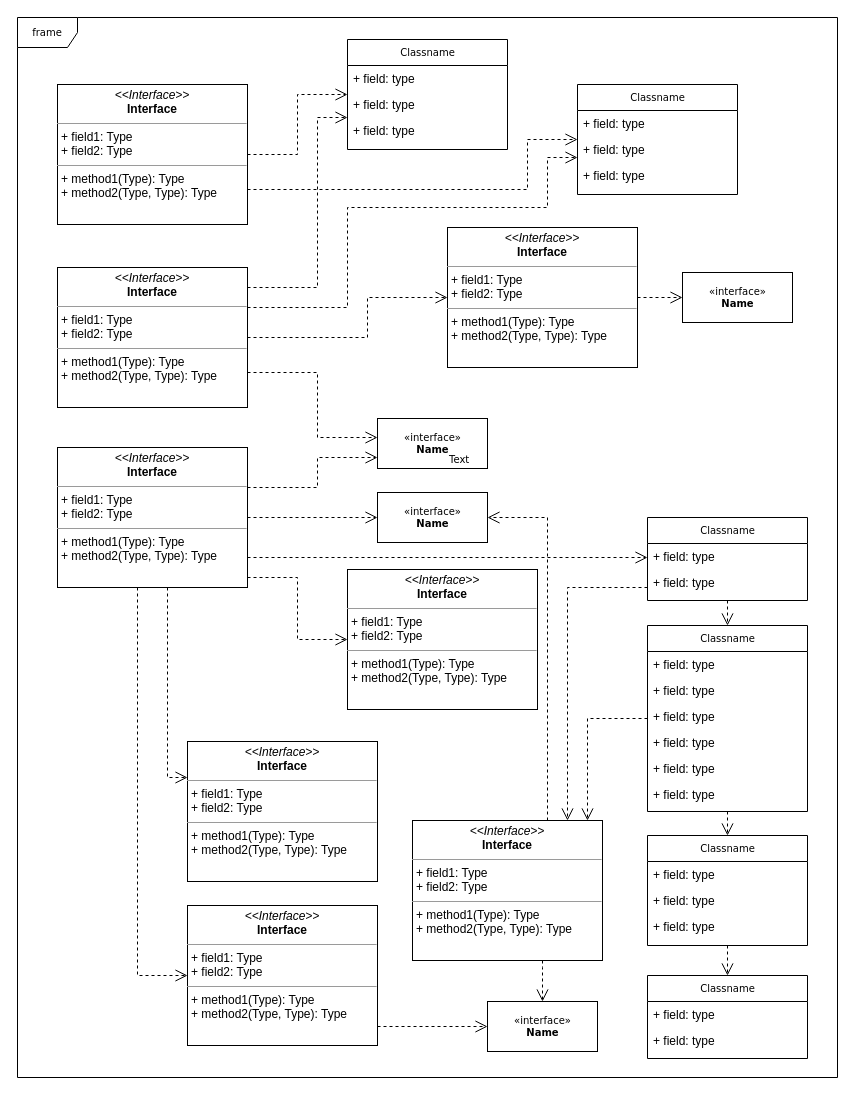
The draw.io diagram uml/Untitled Diagram.drawio in moxxxx/MCT-simulator, before the edit. Source tidied: cells renumbered, new cells numbered last; positions are measured from the earlier drawing's top-left corner, leaving out a move shared by most shapes. Both pictures are drawn from the tidied source at 100%, with x=0, y=0 at pixel (17, 17).
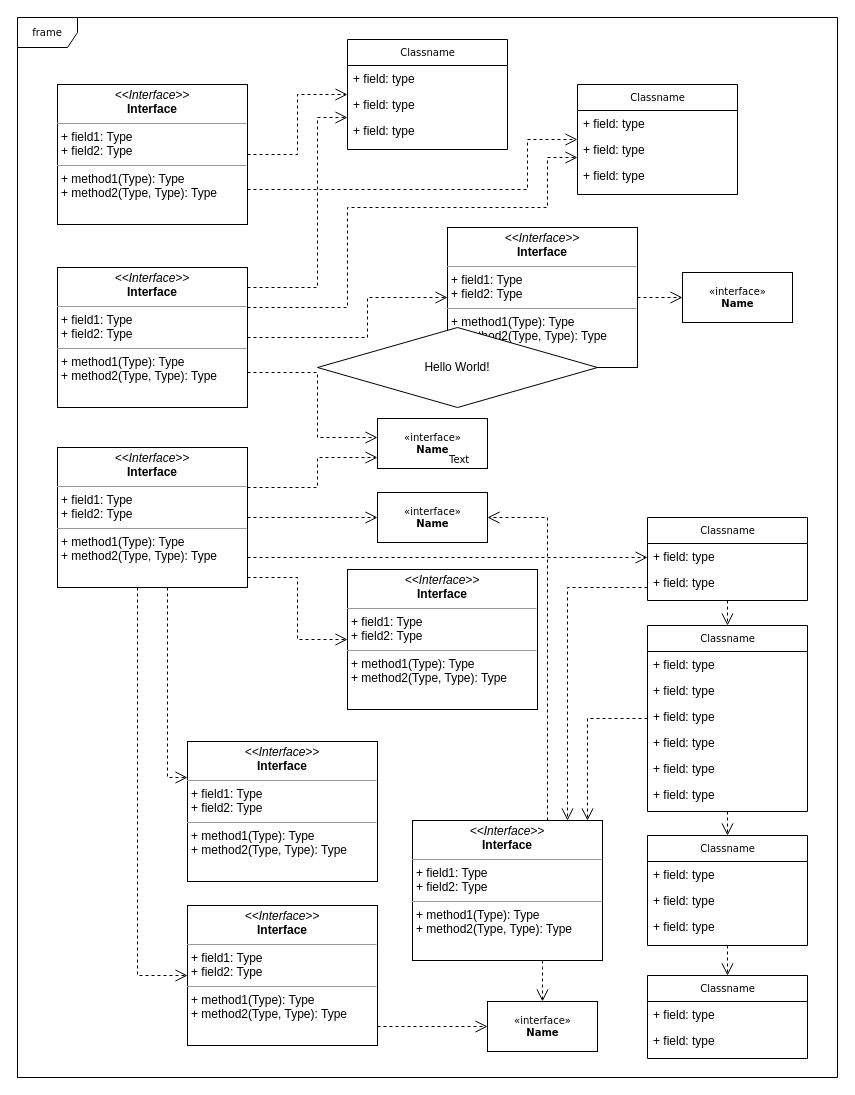
The same diagram, later.

Change to the diagram source:
```diff
@@
+    <mxCell id="62" value="Hello World!" style="rhombus;whiteSpace=wrap;html=1;" parent="1" vertex="1">
+      <mxGeometry x="300" y="310" width="280" height="80" as="geometry" />
+    </mxCell>
```
